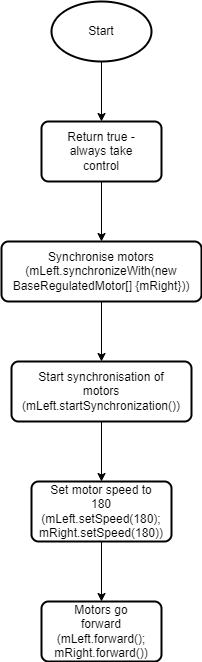
Earlier version of the draw.io export Final submission/Behaviour control flow/WalkaboutControlFlow.png (XLmT09/Bunny-Robot). Source tidied: cells renumbered, new cells last; positions are measured from the earlier drawing's top-left corner, leaving out a move shared by most shapes.
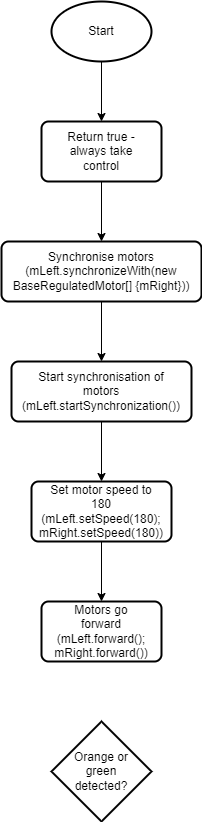
Above is the later version.

The edit, as a diff of the source:
```diff
@@ -60,7 +60,7 @@
       <mxGeometry relative="1" as="geometry" />
     </mxCell>
     <mxCell id="21" style="group;" parent="1" vertex="1">
-      <mxGeometry x="40" y="600" width="120" height="60" as="geometry" />
+      <mxGeometry x="40" y="600" width="120" height="100" as="geometry" />
     </mxCell>
     <mxCell id="22" style="rounded=1;whiteSpace=wrap;html=1;absoluteArcSize=1;arcSize=14;strokeWidth=2;hachureGap=4;" parent="21" vertex="1">
       <mxGeometry width="120" height="60" as="geometry" />
@@ -71,5 +71,11 @@
     <mxCell id="24" style="endArrow=classic;html=1;rounded=0;sourcePerimeterSpacing=8;targetPerimeterSpacing=8;curved=1;entryX=0.5;entryY=0;entryDx=0;entryDy=0;exitX=0.5;exitY=1;exitDx=0;exitDy=0;" parent="1" edge="1" source="18" target="22">
       <mxGeometry relative="1" as="geometry" />
     </mxCell>
+    <mxCell id="25" style="strokeWidth=2;html=1;shape=mxgraph.flowchart.decision;whiteSpace=wrap;" parent="1" vertex="1">
+      <mxGeometry x="50" y="720" width="100" height="100" as="geometry" />
+    </mxCell>
+    <mxCell id="26" value="Orange or green detected?" style="text;html=1;strokeColor=none;fillColor=none;align=center;verticalAlign=middle;whiteSpace=wrap;rounded=0;" parent="1" vertex="1">
+      <mxGeometry x="70" y="755" width="60" height="30" as="geometry" />
+    </mxCell>
   </root>
 </mxGraphModel>
```
